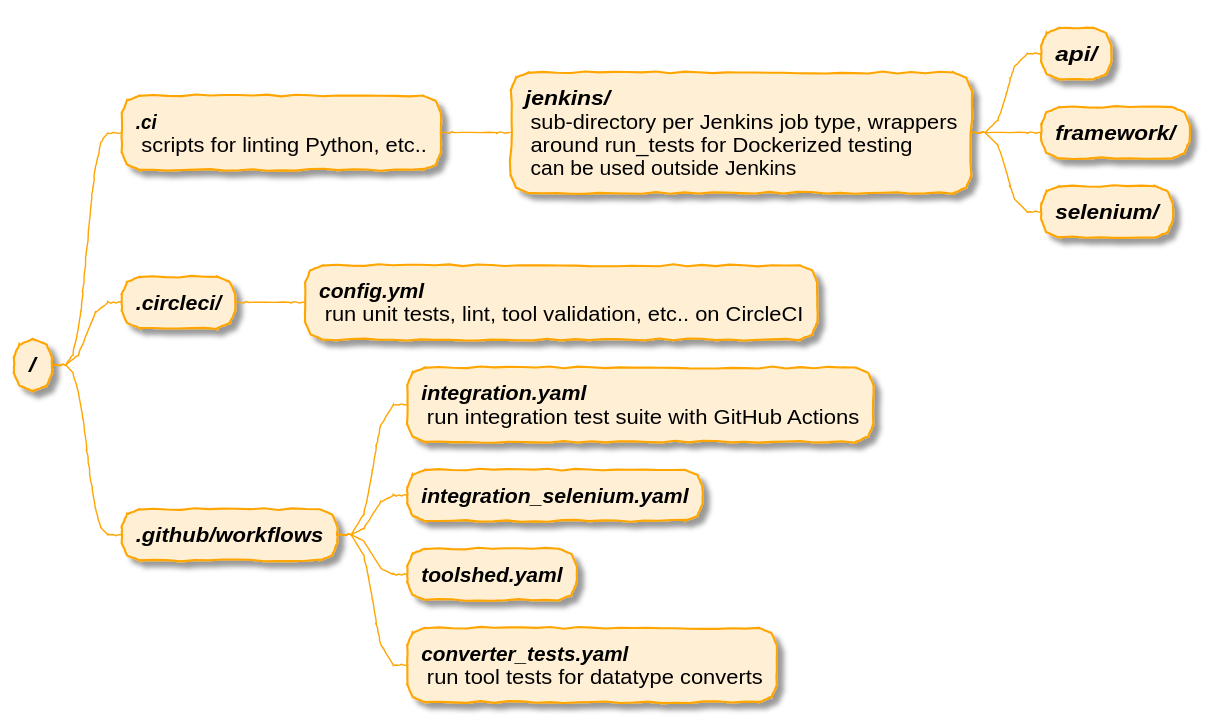
Before: topics/dev/images/core_files_ci.plantuml.svg, a diagram exported from PlantUML (pavanvidem/training-material).
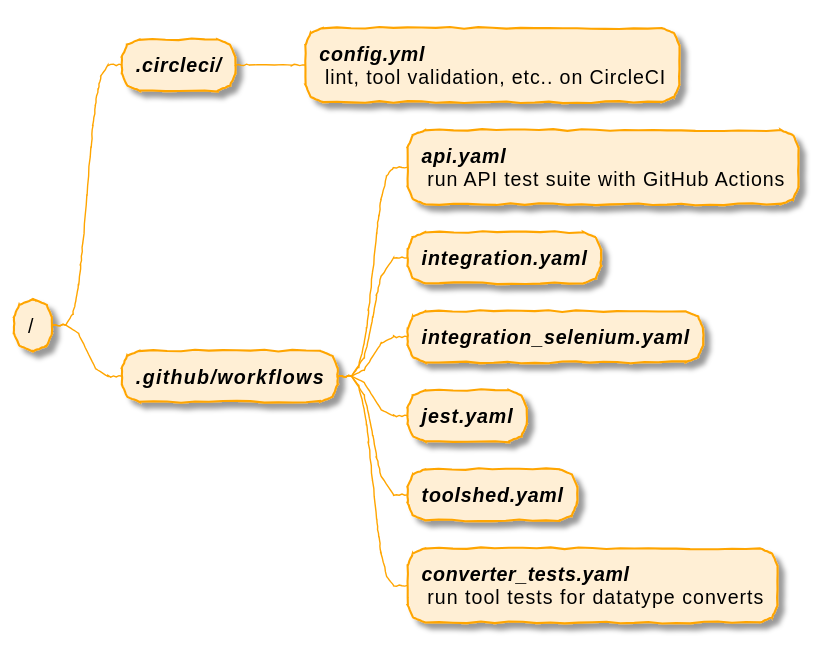
The same file after the commit.

Change to the diagram source:
```diff
@@ -4,22 +4,16 @@
 !include plantuml_options.txt
 
 * /
-**:<b><i>.ci</i></b>
- scripts for linting Python, etc..;
-***:<b><i>jenkins/</i></b>
- sub-directory per Jenkins job type, wrappers
- around run_tests for Dockerized testing
- can be used outside Jenkins;
-**** <b><i>api/</i></b>
-**** <b><i>framework/</i></b>
-**** <b><i>selenium/</i></b>
+
 ** <b><i>.circleci/</i></b>
 ***:<b><i>config.yml</i></b>
- run unit tests, lint, tool validation, etc.. on CircleCI;
+ lint, tool validation, etc.. on CircleCI;
 ** <b><i>.github/workflows</i></b>
-***:<b><i>integration.yaml</i></b>
- run integration test suite with GitHub Actions;
+***:<b><i>api.yaml</i></b>
+ run API test suite with GitHub Actions;
+*** <b><i>integration.yaml</i></b>
 *** <b><i>integration_selenium.yaml</i></b>
+*** <b><i>jest.yaml</i></b>
 *** <b><i>toolshed.yaml</i></b>
 ***:<b><i>converter_tests.yaml</i></b>
  run tool tests for datatype converts;
```
